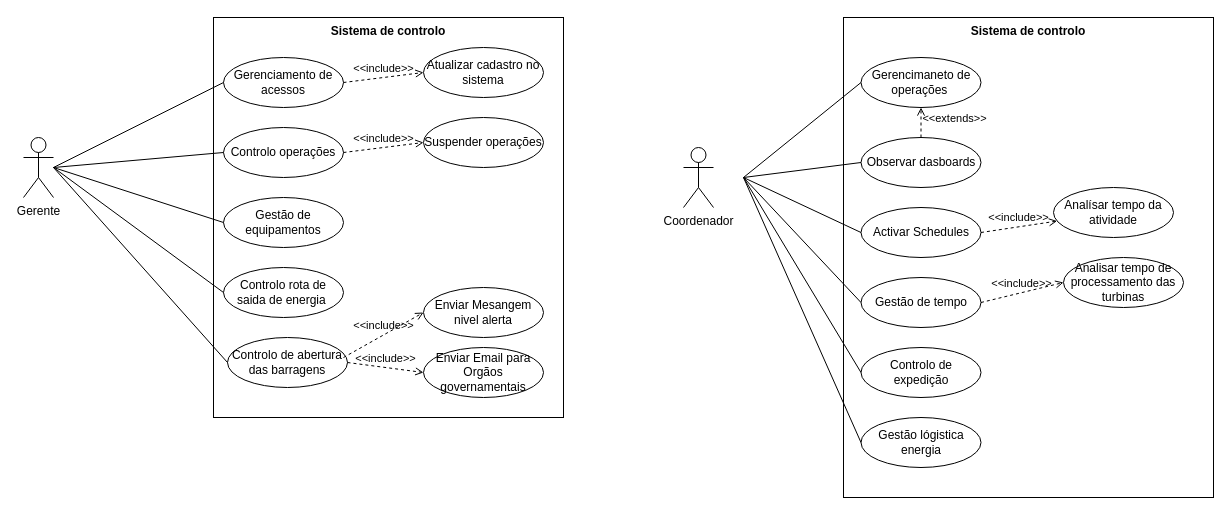
Earlier version of the draw.io diagram page "Página-2" (2 of 3) of Diagrama sem nome.drawio (marceloassis003/Projetos_PWBI). Source tidied: cells renumbered, new cells numbered last; positions are measured from the earlier drawing's top-left corner, leaving out a move shared by most shapes. Both pictures are drawn from the tidied source at 100%, with x=0, y=0 at pixel (23, 17).
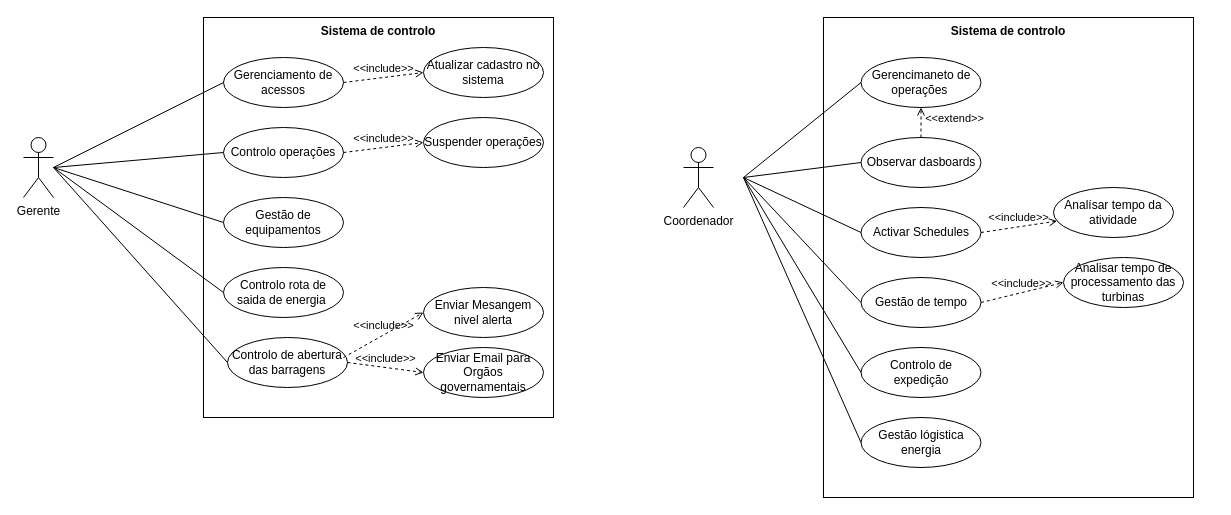
After the change.

Unchanged cells that the change refers to:
```xml
<mxCell id="14" value="Gerencimaneto de operações&amp;nbsp;" style="ellipse;whiteSpace=wrap;html=1;" parent="1" vertex="1">
  <mxGeometry x="837.5" y="40" width="120" height="50" as="geometry" />
</mxCell>
<mxCell id="15" value="Observar dasboards" style="ellipse;whiteSpace=wrap;html=1;" parent="1" vertex="1">
  <mxGeometry x="837.5" y="120" width="120" height="50" as="geometry" />
</mxCell>
```

What changed in the source:
```diff
@@
     <mxCell id="4" value="&lt;span&gt;Sistema de controlo&lt;/span&gt;" style="rounded=0;whiteSpace=wrap;html=1;strokeColor=default;align=center;verticalAlign=top;fontFamily=Helvetica;fontSize=12;fontColor=default;fillColor=default;fontStyle=1;" parent="1" vertex="1">
-      <mxGeometry x="190" width="350" height="400" as="geometry" />
+      <mxGeometry x="180" width="350" height="400" as="geometry" />
     </mxCell>
     <mxCell id="5" value="&lt;b&gt;Sistema de controlo&lt;/b&gt;" style="rounded=0;whiteSpace=wrap;html=1;strokeColor=default;align=center;verticalAlign=top;fontFamily=Helvetica;fontSize=12;fontColor=default;fillColor=default;" parent="1" vertex="1">
-      <mxGeometry x="820" width="370" height="480" as="geometry" />
+      <mxGeometry x="800" width="370" height="480" as="geometry" />
     </mxCell>
@@
-    <mxCell id="21" value="&amp;lt;&amp;lt;extends&amp;gt;&amp;gt;" style="html=1;verticalAlign=bottom;labelBackgroundColor=none;endArrow=open;endFill=0;dashed=1;rounded=0;exitX=0.5;exitY=0;exitDx=0;exitDy=0;entryX=0.5;entryY=1;entryDx=0;entryDy=0;" parent="1" edge="1" source="15" target="14">
+    <mxCell id="21" value="&amp;lt;&amp;lt;extend&amp;gt;&amp;gt;" style="html=1;verticalAlign=bottom;labelBackgroundColor=none;endArrow=open;endFill=0;dashed=1;rounded=0;exitX=0.5;exitY=0;exitDx=0;exitDy=0;entryX=0.5;entryY=1;entryDx=0;entryDy=0;" parent="1" edge="1" source="15" target="14">
       <mxGeometry x="-0.33" y="-32" relative="1" as="geometry">
         <mxPoint x="1" as="offset" />
       </mxGeometry>
     </mxCell>
```
